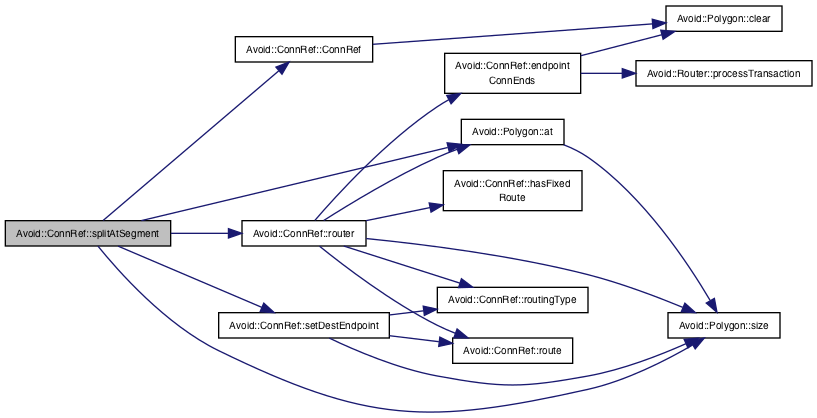
Earlier version of the Graphviz export documentation/classAvoid_1_1ConnRef_a372f58a93c0296814de8d4a3075ad5e4_cgraph.png (mjwybrow/adaptagrams). Its source is kept beside it as documentation/classAvoid_1_1ConnRef_a372f58a93c0296814de8d4a3075ad5e4_cgraph.dot.
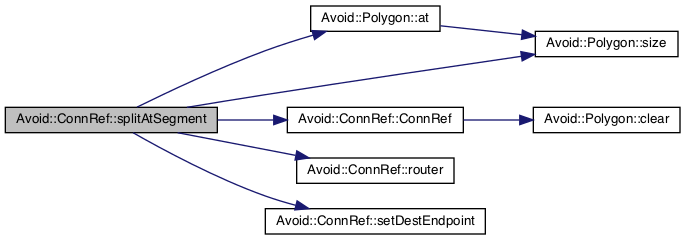
The same file after the commit.

Change to the diagram source:
```diff
@@ -3,34 +3,18 @@
   edge [fontname="Helvetica",fontsize="10",labelfontname="Helvetica",labelfontsize="10"];
   node [fontname="Helvetica",fontsize="10",shape=record];
   rankdir="LR";
-  Node105 [label="Avoid::ConnRef::splitAtSegment",height=0.2,width=0.4,color="black", fillcolor="grey75", style="filled", fontcolor="black"];
-  Node105 -> Node106 [color="midnightblue",fontsize="10",style="solid",fontname="Helvetica"];
-  Node106 [label="Avoid::Polygon::at",height=0.2,width=0.4,color="black", fillcolor="white", style="filled",URL="$classAvoid_1_1Polygon.html#ab2772d0cf1d0aad817a9814e20fce5ab",tooltip="Returns a specific point in the polygon. "];
-  Node106 -> Node107 [color="midnightblue",fontsize="10",style="solid",fontname="Helvetica"];
-  Node107 [label="Avoid::Polygon::size",height=0.2,width=0.4,color="black", fillcolor="white", style="filled",URL="$classAvoid_1_1Polygon.html#a2f9e9c8c78407eefbde944e663d9711e",tooltip="Returns the number of points in this polygon. "];
-  Node105 -> Node108 [color="midnightblue",fontsize="10",style="solid",fontname="Helvetica"];
-  Node108 [label="Avoid::ConnRef::ConnRef",height=0.2,width=0.4,color="black", fillcolor="white", style="filled",URL="$classAvoid_1_1ConnRef.html#a2e08b9bb04ccf383700487932f13c980",tooltip="Constructs a connector with no endpoints specified. "];
-  Node108 -> Node109 [color="midnightblue",fontsize="10",style="solid",fontname="Helvetica"];
-  Node109 [label="Avoid::Polygon::clear",height=0.2,width=0.4,color="black", fillcolor="white", style="filled",URL="$classAvoid_1_1Polygon.html#aae0e8e58b2f358ec3f203a5e6485c660",tooltip="Resets this to the empty polygon. "];
-  Node105 -> Node110 [color="midnightblue",fontsize="10",style="solid",fontname="Helvetica"];
-  Node110 [label="Avoid::ConnRef::router",height=0.2,width=0.4,color="black", fillcolor="white", style="filled",URL="$classAvoid_1_1ConnRef.html#ace9257a67e94c7899c75af0362e5836f",tooltip="Returns a pointer to the router scene this connector is in. "];
-  Node110 -> Node106 [color="midnightblue",fontsize="10",style="solid",fontname="Helvetica"];
-  Node110 -> Node111 [color="midnightblue",fontsize="10",style="solid",fontname="Helvetica"];
-  Node111 [label="Avoid::ConnRef::endpoint\lConnEnds",height=0.2,width=0.4,color="black", fillcolor="white", style="filled",URL="$classAvoid_1_1ConnRef.html#abb7f970e8bee1ccf69a0d5521ca1f177",tooltip="Returns ConnEnds specifying what this connector is attached to. "];
-  Node111 -> Node109 [color="midnightblue",fontsize="10",style="solid",fontname="Helvetica"];
-  Node111 -> Node112 [color="midnightblue",fontsize="10",style="solid",fontname="Helvetica"];
-  Node112 [label="Avoid::Router::processTransaction",height=0.2,width=0.4,color="black", fillcolor="white", style="filled",URL="$classAvoid_1_1Router.html#ac4497126d8d4c76a122af565260941fc",tooltip="Finishes the current transaction and processes all the queued object changes efficiently. "];
-  Node110 -> Node113 [color="midnightblue",fontsize="10",style="solid",fontname="Helvetica"];
-  Node113 [label="Avoid::ConnRef::hasFixed\lRoute",height=0.2,width=0.4,color="black", fillcolor="white", style="filled",URL="$classAvoid_1_1ConnRef.html#a5e6c783ffb50b315769f1a0c29597136",tooltip="Returns whether the connector route is marked as fixed. "];
-  Node110 -> Node114 [color="midnightblue",fontsize="10",style="solid",fontname="Helvetica"];
-  Node114 [label="Avoid::ConnRef::route",height=0.2,width=0.4,color="black", fillcolor="white", style="filled",URL="$classAvoid_1_1ConnRef.html#a0d90245fbe772d30723bd578efa3a45d",tooltip="Returns a reference to the current raw \"debug\" route for the connector. "];
-  Node110 -> Node115 [color="midnightblue",fontsize="10",style="solid",fontname="Helvetica"];
-  Node115 [label="Avoid::ConnRef::routingType",height=0.2,width=0.4,color="black", fillcolor="white", style="filled",URL="$classAvoid_1_1ConnRef.html#a2689d4fde1f3489976324abb04bcab72",tooltip="Returns the type of routing performed for this connector. "];
-  Node110 -> Node107 [color="midnightblue",fontsize="10",style="solid",fontname="Helvetica"];
-  Node105 -> Node116 [color="midnightblue",fontsize="10",style="solid",fontname="Helvetica"];
-  Node116 [label="Avoid::ConnRef::setDestEndpoint",height=0.2,width=0.4,color="black", fillcolor="white", style="filled",URL="$classAvoid_1_1ConnRef.html#a7b216c9aa42811f1f2786adbda84f02e",tooltip="Sets just a new destination endpoint for this connector. "];
-  Node116 -> Node114 [color="midnightblue",fontsize="10",style="solid",fontname="Helvetica"];
-  Node116 -> Node115 [color="midnightblue",fontsize="10",style="solid",fontname="Helvetica"];
-  Node116 -> Node107 [color="midnightblue",fontsize="10",style="solid",fontname="Helvetica"];
-  Node105 -> Node107 [color="midnightblue",fontsize="10",style="solid",fontname="Helvetica"];
+  Node82 [label="Avoid::ConnRef::splitAtSegment",height=0.2,width=0.4,color="black", fillcolor="grey75", style="filled", fontcolor="black"];
+  Node82 -> Node83 [color="midnightblue",fontsize="10",style="solid",fontname="Helvetica"];
+  Node83 [label="Avoid::Polygon::at",height=0.2,width=0.4,color="black", fillcolor="white", style="filled",URL="$classAvoid_1_1Polygon.html#ab2772d0cf1d0aad817a9814e20fce5ab",tooltip="Returns a specific point in the polygon. "];
+  Node83 -> Node84 [color="midnightblue",fontsize="10",style="solid",fontname="Helvetica"];
+  Node84 [label="Avoid::Polygon::size",height=0.2,width=0.4,color="black", fillcolor="white", style="filled",URL="$classAvoid_1_1Polygon.html#a2f9e9c8c78407eefbde944e663d9711e",tooltip="Returns the number of points in this polygon. "];
+  Node82 -> Node85 [color="midnightblue",fontsize="10",style="solid",fontname="Helvetica"];
+  Node85 [label="Avoid::ConnRef::ConnRef",height=0.2,width=0.4,color="black", fillcolor="white", style="filled",URL="$classAvoid_1_1ConnRef.html#a2e08b9bb04ccf383700487932f13c980",tooltip="Constructs a connector with no endpoints specified. "];
+  Node85 -> Node86 [color="midnightblue",fontsize="10",style="solid",fontname="Helvetica"];
+  Node86 [label="Avoid::Polygon::clear",height=0.2,width=0.4,color="black", fillcolor="white", style="filled",URL="$classAvoid_1_1Polygon.html#aae0e8e58b2f358ec3f203a5e6485c660",tooltip="Resets this to the empty polygon. "];
+  Node82 -> Node87 [color="midnightblue",fontsize="10",style="solid",fontname="Helvetica"];
+  Node87 [label="Avoid::ConnRef::router",height=0.2,width=0.4,color="black", fillcolor="white", style="filled",URL="$classAvoid_1_1ConnRef.html#ace9257a67e94c7899c75af0362e5836f",tooltip="Returns a pointer to the router scene this connector is in. "];
+  Node82 -> Node88 [color="midnightblue",fontsize="10",style="solid",fontname="Helvetica"];
+  Node88 [label="Avoid::ConnRef::setDestEndpoint",height=0.2,width=0.4,color="black", fillcolor="white", style="filled",URL="$classAvoid_1_1ConnRef.html#a7b216c9aa42811f1f2786adbda84f02e",tooltip="Sets just a new destination endpoint for this connector. "];
+  Node82 -> Node84 [color="midnightblue",fontsize="10",style="solid",fontname="Helvetica"];
 }
```
